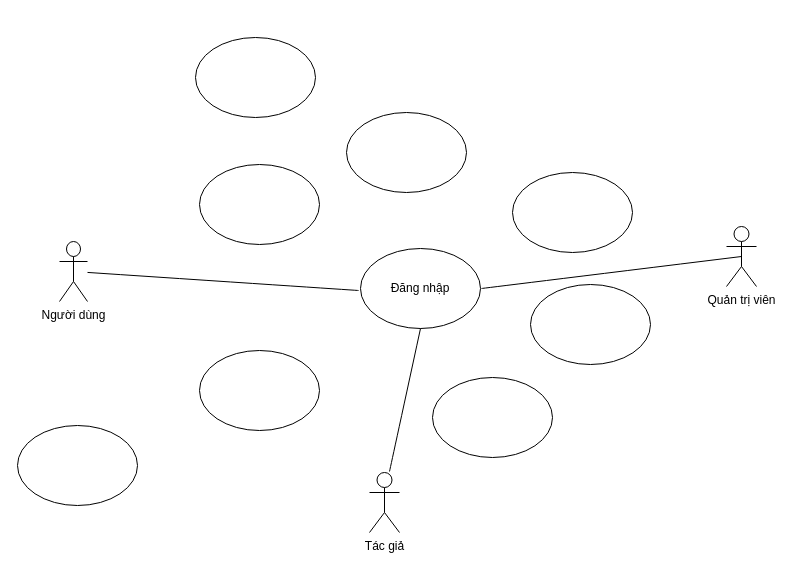
The draw.io diagram Sơ đồ tổng quát.drawio in gwangtung21/Blog_AmThuc, before the edit. Source tidied: cells renumbered, new cells numbered last; positions are measured from the earlier drawing's top-left corner, leaving out a move shared by most shapes. Both pictures are drawn from the tidied source at 100%, with x=0, y=0 at pixel (17, 37).
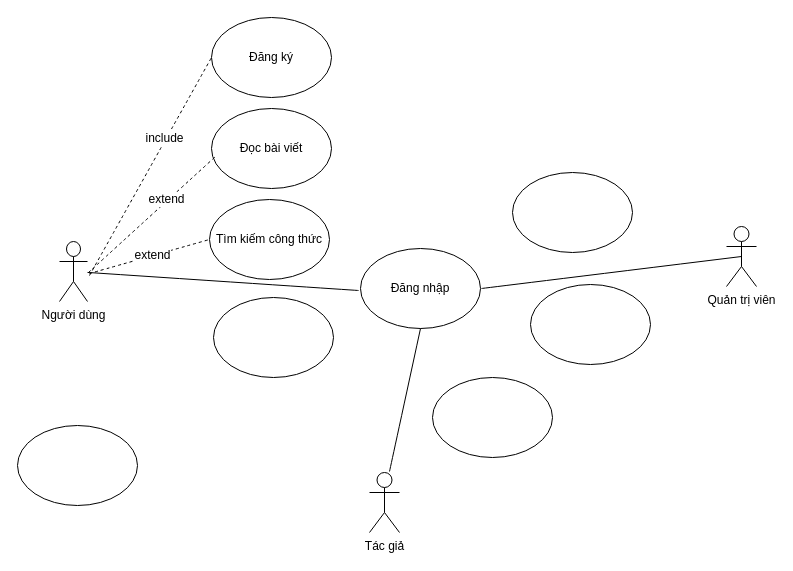
Above is the later version.

Commit message (it also covers changes not shown here):
Cập nhật Sơ đồ tổng quát.drawio

The edit, as a diff of the source:
```diff
@@
-    <mxCell id="6" style="ellipse;whiteSpace=wrap;html=1;" parent="1" vertex="1">
-      <mxGeometry x="182" y="127" width="120" height="80" as="geometry" />
+    <mxCell id="6" value="Đăng ký" style="ellipse;whiteSpace=wrap;html=1;" parent="1" vertex="1">
+      <mxGeometry x="194" y="-20" width="120" height="80" as="geometry" />
     </mxCell>
-    <mxCell id="7" style="ellipse;whiteSpace=wrap;html=1;" parent="1" vertex="1">
-      <mxGeometry x="178" width="120" height="80" as="geometry" />
+    <mxCell id="7" value="Đọc bài viết" style="ellipse;whiteSpace=wrap;html=1;" parent="1" vertex="1">
+      <mxGeometry x="194" y="71" width="120" height="80" as="geometry" />
     </mxCell>
     <mxCell id="8" style="ellipse;whiteSpace=wrap;html=1;" parent="1" vertex="1">
-      <mxGeometry x="182" y="313" width="120" height="80" as="geometry" />
+      <mxGeometry x="196" y="260" width="120" height="80" as="geometry" />
     </mxCell>
-    <mxCell id="9" style="ellipse;whiteSpace=wrap;html=1;" parent="1" vertex="1">
-      <mxGeometry x="329" y="75" width="120" height="80" as="geometry" />
+    <mxCell id="9" value="Tìm kiếm công thức" style="ellipse;whiteSpace=wrap;html=1;" parent="1" vertex="1">
+      <mxGeometry x="192" y="162" width="120" height="80" as="geometry" />
     </mxCell>
@@
+    <mxCell id="17" style="endArrow=none;dashed=1;html=1;rounded=0;fontSize=12;startSize=8;endSize=8;curved=1;entryX=0;entryY=0.5;entryDx=0;entryDy=0;" parent="1" edge="1" target="6">
+      <mxGeometry relative="1" as="geometry">
+        <mxPoint x="72" y="238" as="sourcePoint" />
+      </mxGeometry>
+    </mxCell>
+    <mxCell id="18" value="include" style="edgeLabel;html=1;align=center;verticalAlign=middle;fontSize=12;" parent="17" vertex="1">
+      <mxGeometry x="0.25" y="2" relative="1" as="geometry" />
+    </mxCell>
+    <mxCell id="19" style="endArrow=none;dashed=1;html=1;rounded=0;fontSize=12;startSize=8;endSize=8;curved=1;entryX=0.03;entryY=0.605;entryDx=0;entryDy=0;entryPerimeter=0;" parent="1" edge="1" target="7">
+      <mxGeometry relative="1" as="geometry">
+        <mxPoint x="71" y="235" as="sourcePoint" />
+      </mxGeometry>
+    </mxCell>
+    <mxCell id="20" value="extend" style="edgeLabel;html=1;align=center;verticalAlign=middle;fontSize=12;" parent="19" vertex="1">
+      <mxGeometry x="0.25" y="2" relative="1" as="geometry" />
+    </mxCell>
+    <mxCell id="21" style="endArrow=none;dashed=1;html=1;rounded=0;fontSize=12;startSize=8;endSize=8;curved=1;entryX=0;entryY=0.5;entryDx=0;entryDy=0;" parent="1" edge="1" target="9">
+      <mxGeometry relative="1" as="geometry">
+        <mxPoint x="72" y="236" as="sourcePoint" />
+      </mxGeometry>
+    </mxCell>
+    <mxCell id="22" value="extend" style="edgeLabel;html=1;align=center;verticalAlign=middle;fontSize=12;" parent="21" vertex="1">
+      <mxGeometry x="0.04" y="1" relative="1" as="geometry" />
+    </mxCell>
```
